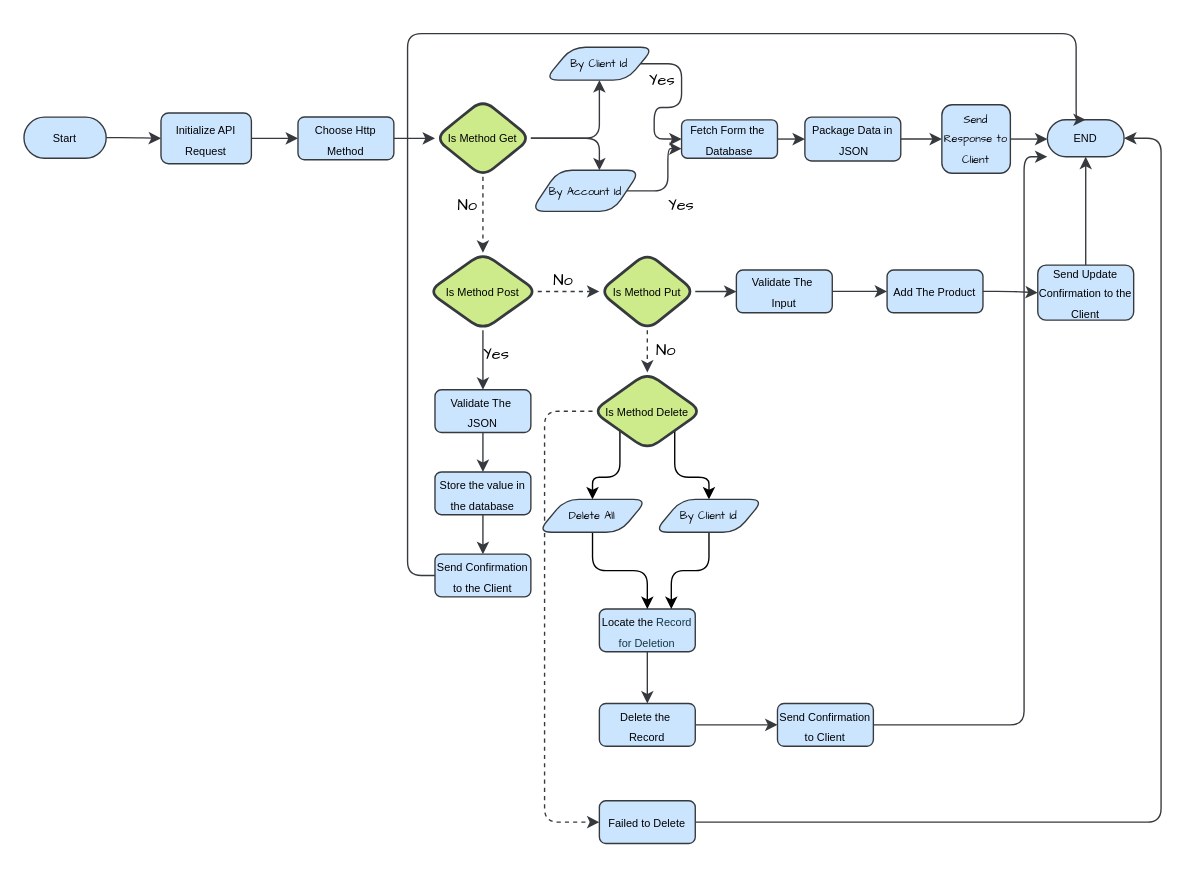
EliteMandy/Drawing keeps this draw.io diagram as page "Client" (2 of 3) of Untitled Diagram.drawio. Above is the earlier version. Source tidied: cells renumbered, new cells numbered last; positions are measured from the earlier drawing's top-left corner, leaving out a move shared by most shapes. Both pictures are drawn from the tidied source at 137%, with x=0, y=0 at pixel (23, 33).
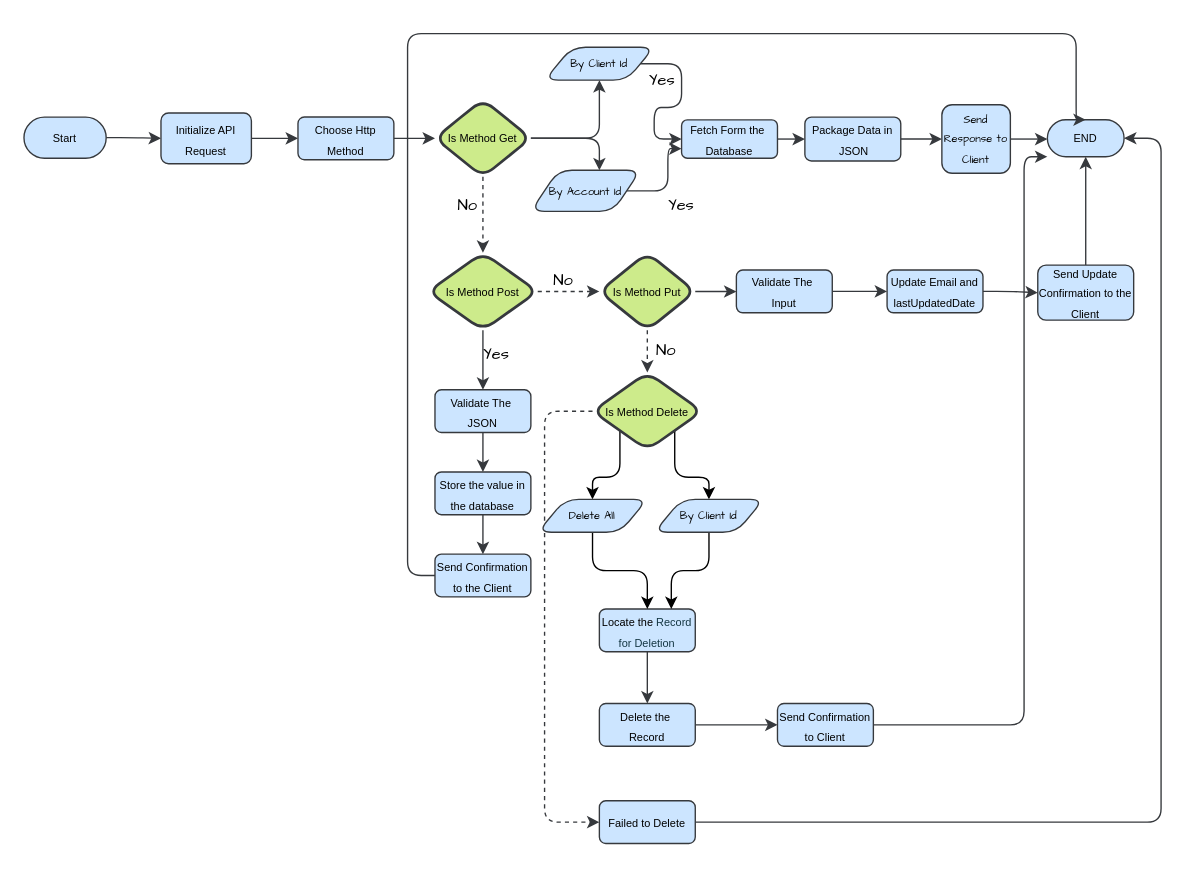
The same page after the edit.

Change to the diagram source:
```diff
@@
-    <mxCell id="44" value="&lt;font style=&quot;font-size: 8px;&quot;&gt;Add The Product&lt;/font&gt;" style="rounded=1;whiteSpace=wrap;html=1;labelBackgroundColor=none;fillColor=#cce5ff;strokeColor=#36393d;" parent="1" vertex="1">
+    <mxCell id="44" value="&lt;span style=&quot;font-size: 8px;&quot;&gt;Update Email and lastUpdatedDate&lt;/span&gt;" style="rounded=1;whiteSpace=wrap;html=1;labelBackgroundColor=none;fillColor=#cce5ff;strokeColor=#36393d;" parent="1" vertex="1">
       <mxGeometry x="630" y="172.6" width="70" height="31.2" as="geometry" />
     </mxCell>
```
